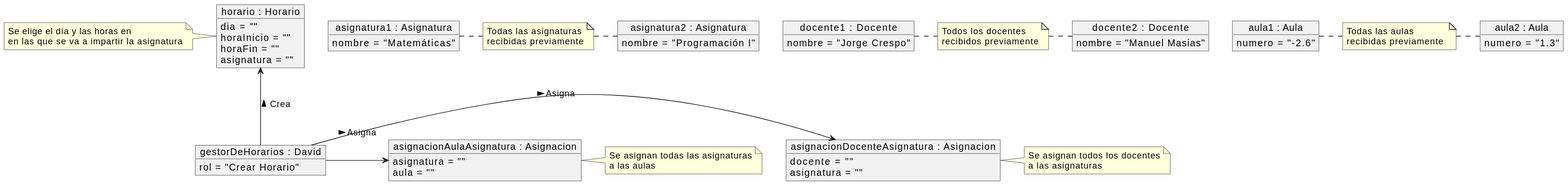
Before: imagenes/modelosUML/Fraccionado/Diagrama de objetos sin completar.svg, a diagram exported from PlantUML (mmasias/23-24-IdSw1-SDR).
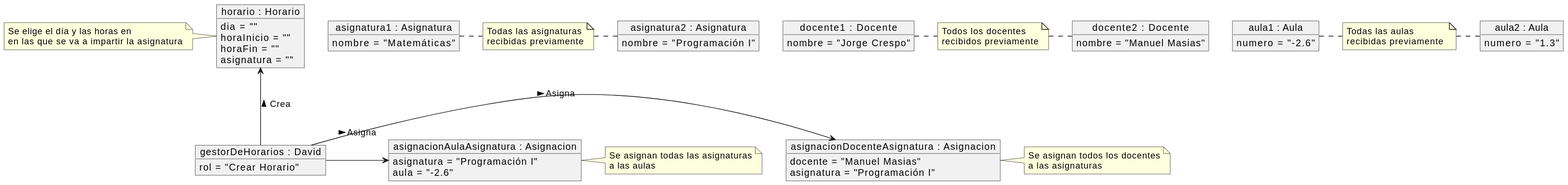
Later version of the same file.

What changed in the source:
```diff
@@ -25,14 +25,14 @@
 }
 
 object "asignacionDocenteAsignatura : Asignacion" as asignacionDocenteAsignatura {
-    docente = ""
-    asignatura = ""
+    docente = "Manuel Masias"
+    asignatura = "Programación I"
 }
 gestorDeHorarios -r-> asignacionDocenteAsignatura : "Asigna >\n\n"
 
 object "asignacionAulaAsignatura : Asignacion" as asignacionAulaAsignatura {
-    asignatura = ""
-    aula = ""
+    asignatura = "Programación I"
+    aula = "-2.6"
 }
 gestorDeHorarios -r-> asignacionAulaAsignatura : "Asigna >\n\n"
 
```
